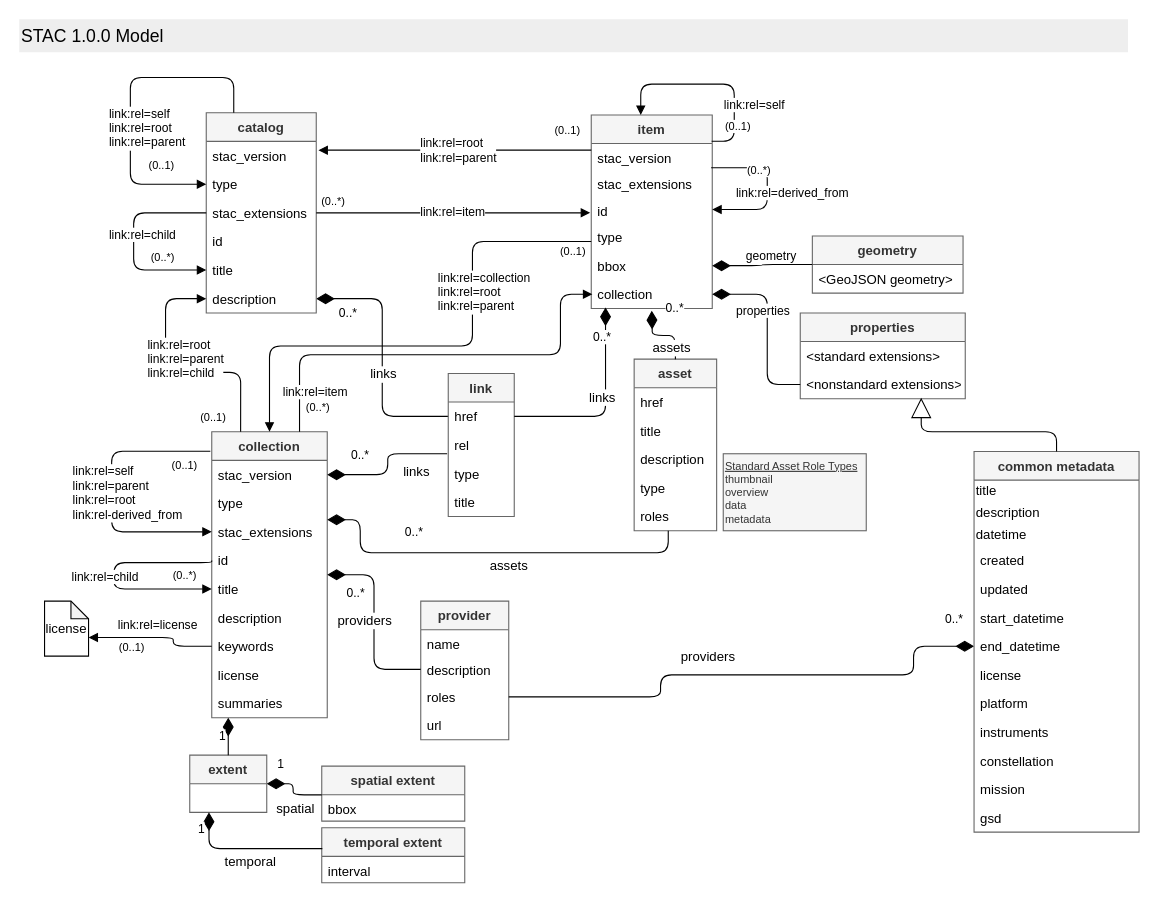
This is STAC-UML.drawio from radiantearth/stac-spec, a draw.io file, before an edit. Source tidied: cells renumbered, new cells numbered last; positions are measured from the earlier drawing's top-left corner, leaving out a move shared by most shapes. Both pictures are drawn from the tidied source at 110%, with x=0, y=0 at pixel (19, 19).
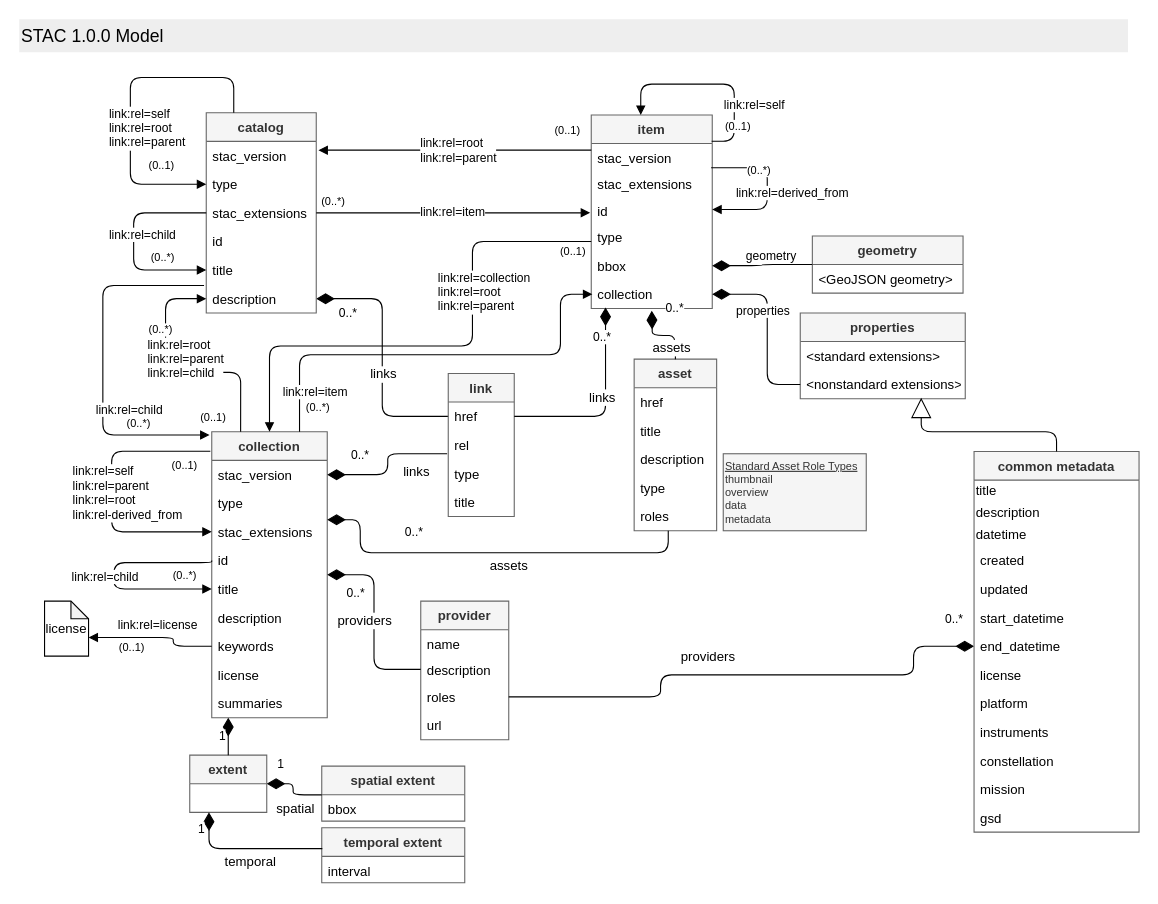
After the change.

Commit message (it also covers changes not shown here):
updated UML allowing collection children in catalogs

The change refers to these unchanged cells:
```xml
<mxCell id="10" value="description" style="text;strokeColor=none;fillColor=none;align=left;verticalAlign=top;spacingLeft=4;spacingRight=4;overflow=hidden;points=[[0,0.5],[1,0.5]];portConstraint=eastwest;" parent="4" vertex="1">
  <mxGeometry y="156" width="100" height="26" as="geometry" />
</mxCell>
```

Diff of the diagram source:
```diff
@@
+    <mxCell id="115" value="link:rel=child" style="endArrow=block;endFill=1;html=1;edgeStyle=orthogonalEdgeStyle;align=left;verticalAlign=top;exitX=-0.02;exitY=0.038;exitDx=0;exitDy=0;exitPerimeter=0;" parent="1" edge="1" source="10">
+      <mxGeometry x="0.18" y="-8" relative="1" as="geometry">
+        <mxPoint x="173" y="378" as="targetPoint" />
+        <Array as="points">
+          <mxPoint x="76" y="242" />
+          <mxPoint x="76" y="378" />
+        </Array>
+      </mxGeometry>
+    </mxCell>
+    <mxCell id="116" value="(0..*)" style="html=1;align=left;verticalAlign=bottom;labelBackgroundColor=#ffffff;fontSize=10;" parent="115" vertex="1">
+      <mxGeometry x="-1" relative="1" as="geometry">
+        <mxPoint x="-52" y="48" as="offset" />
+      </mxGeometry>
+    </mxCell>
+    <mxCell id="117" value="(0..*)" style="html=1;align=left;verticalAlign=bottom;labelBackgroundColor=#ffffff;fontSize=10;" parent="1" vertex="1">
+      <mxGeometry x="96" y="375" as="geometry" />
+    </mxCell>
```
